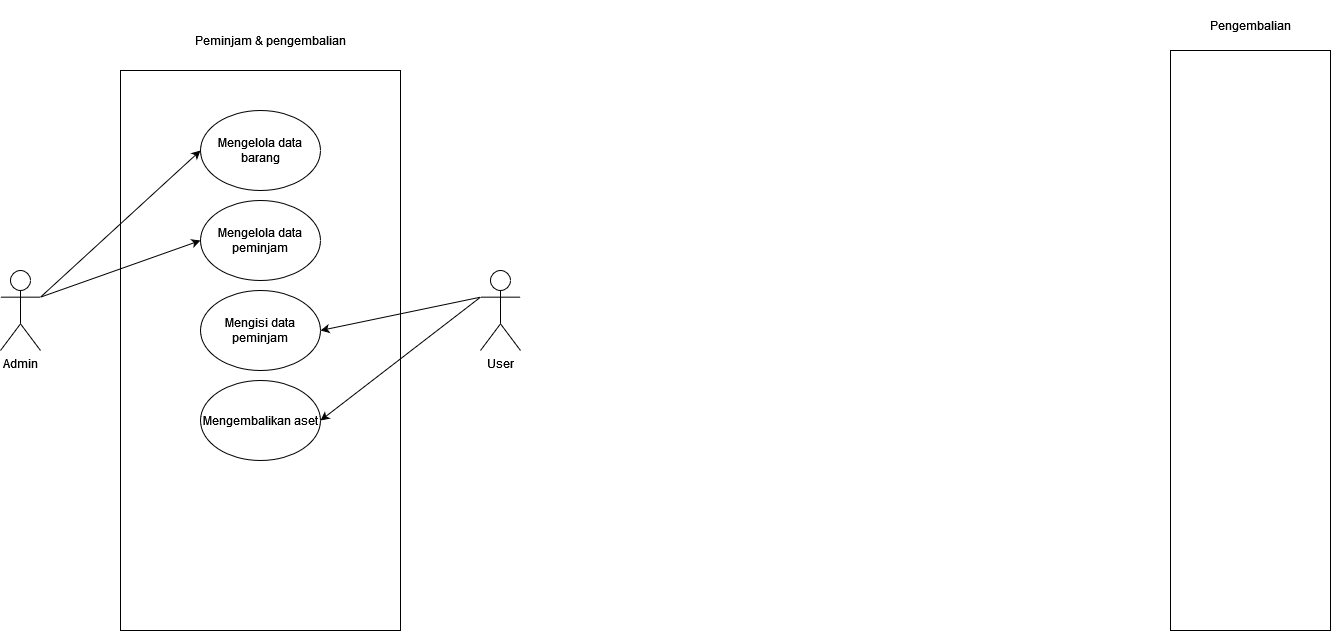
Above: diagrams/Use Case Diagram.drawio.png in johannfac/aplikasipeminjamanaset (draw.io), before the change. Source tidied: cells renumbered, new cells last; positions are measured from the earlier drawing's top-left corner, leaving out a move shared by most shapes.
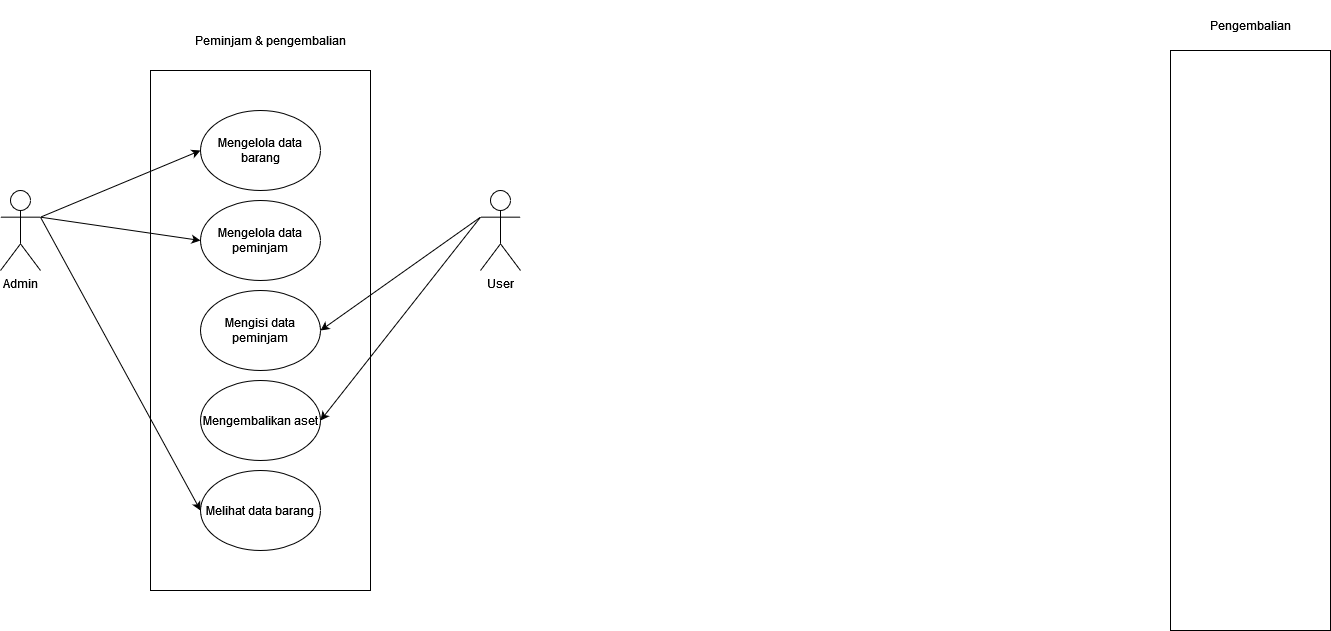
After the commit.

What changed in the source:
```diff
@@ -3,7 +3,7 @@
     <mxCell id="0" />
     <mxCell id="1" parent="0" />
     <mxCell id="2" style="rounded=0;whiteSpace=wrap;html=1;" parent="1" vertex="1">
-      <mxGeometry x="120" y="70" width="280" height="560" as="geometry" />
+      <mxGeometry x="150" y="70" width="220" height="520" as="geometry" />
     </mxCell>
     <mxCell id="3" value="Mengelola data barang" style="ellipse;whiteSpace=wrap;html=1;" parent="1" vertex="1">
       <mxGeometry x="200" y="110" width="120" height="80" as="geometry" />
@@ -18,7 +18,7 @@
       <mxGeometry x="1190" y="290" width="120" height="80" as="geometry" />
     </mxCell>
     <mxCell id="7" value="Admin" style="shape=umlActor;verticalLabelPosition=bottom;verticalAlign=top;html=1;outlineConnect=0;" parent="1" vertex="1">
-      <mxGeometry y="270" width="40" height="80" as="geometry" />
+      <mxGeometry y="190" width="40" height="80" as="geometry" />
     </mxCell>
     <mxCell id="8" value="Tanggal pengembalian" style="ellipse;whiteSpace=wrap;html=1;" parent="1" vertex="1">
       <mxGeometry x="1190" y="400" width="120" height="80" as="geometry" />
@@ -36,7 +36,7 @@
       <mxGeometry x="1200" width="100" height="50" as="geometry" />
     </mxCell>
     <mxCell id="13" value="User" style="shape=umlActor;verticalLabelPosition=bottom;verticalAlign=top;html=1;outlineConnect=0;" parent="1" vertex="1">
-      <mxGeometry x="480" y="270" width="40" height="80" as="geometry" />
+      <mxGeometry x="480" y="190" width="40" height="80" as="geometry" />
     </mxCell>
     <mxCell id="14" value="Peminjam &amp;amp; pengembalian" style="text;html=1;strokeColor=none;fillColor=none;align=center;verticalAlign=middle;whiteSpace=wrap;rounded=0;" parent="1" vertex="1">
       <mxGeometry x="190" y="30" width="160" height="20" as="geometry" />
@@ -59,5 +59,11 @@
     <mxCell id="20" style="endArrow=classic;html=1;rounded=0;exitX=0;exitY=0.3333333333333333;exitDx=0;exitDy=0;exitPerimeter=0;entryX=1;entryY=0.5;entryDx=0;entryDy=0;" parent="1" edge="1" source="13" target="16">
       <mxGeometry relative="1" as="geometry" />
     </mxCell>
+    <mxCell id="21" value="Melihat data barang" style="ellipse;whiteSpace=wrap;html=1;" parent="1" vertex="1">
+      <mxGeometry x="200" y="470" width="120" height="80" as="geometry" />
+    </mxCell>
+    <mxCell id="22" style="endArrow=classic;html=1;rounded=0;exitX=1;exitY=0.3333333333333333;exitDx=0;exitDy=0;exitPerimeter=0;entryX=0;entryY=0.5;entryDx=0;entryDy=0;" parent="1" edge="1" source="7" target="21">
+      <mxGeometry relative="1" as="geometry" />
+    </mxCell>
   </root>
 </mxGraphModel>
```
